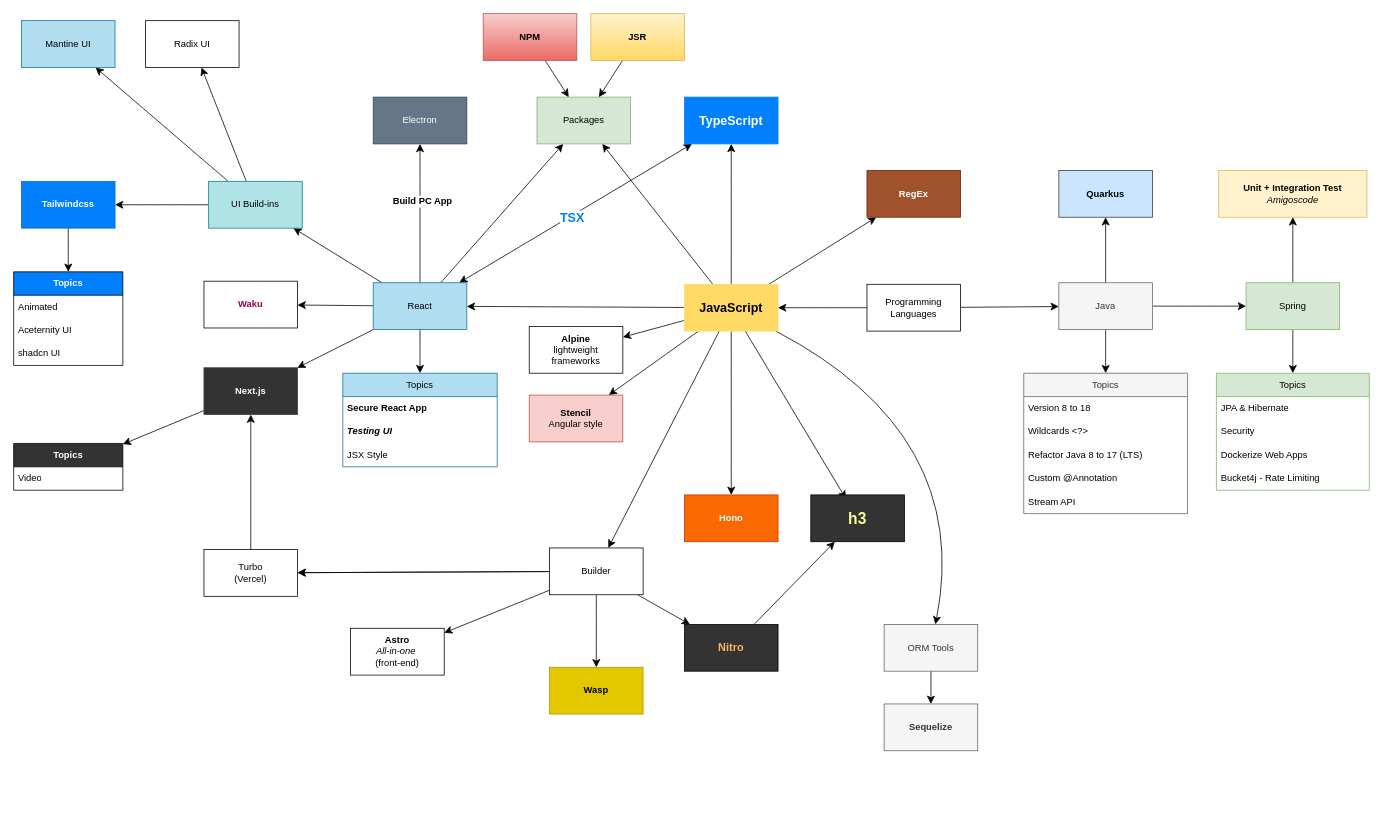
sunflynf/diagram-only keeps this draw.io diagram as page "Web tech" (1 of 5) of Link_Bookmarks.drawio. Above is the earlier version. Source tidied: cells renumbered, new cells numbered last; positions are measured from the earlier drawing's top-left corner, leaving out a move shared by most shapes. Both pictures are drawn from the tidied source at 78%, with x=0, y=0 at pixel (13, 13).
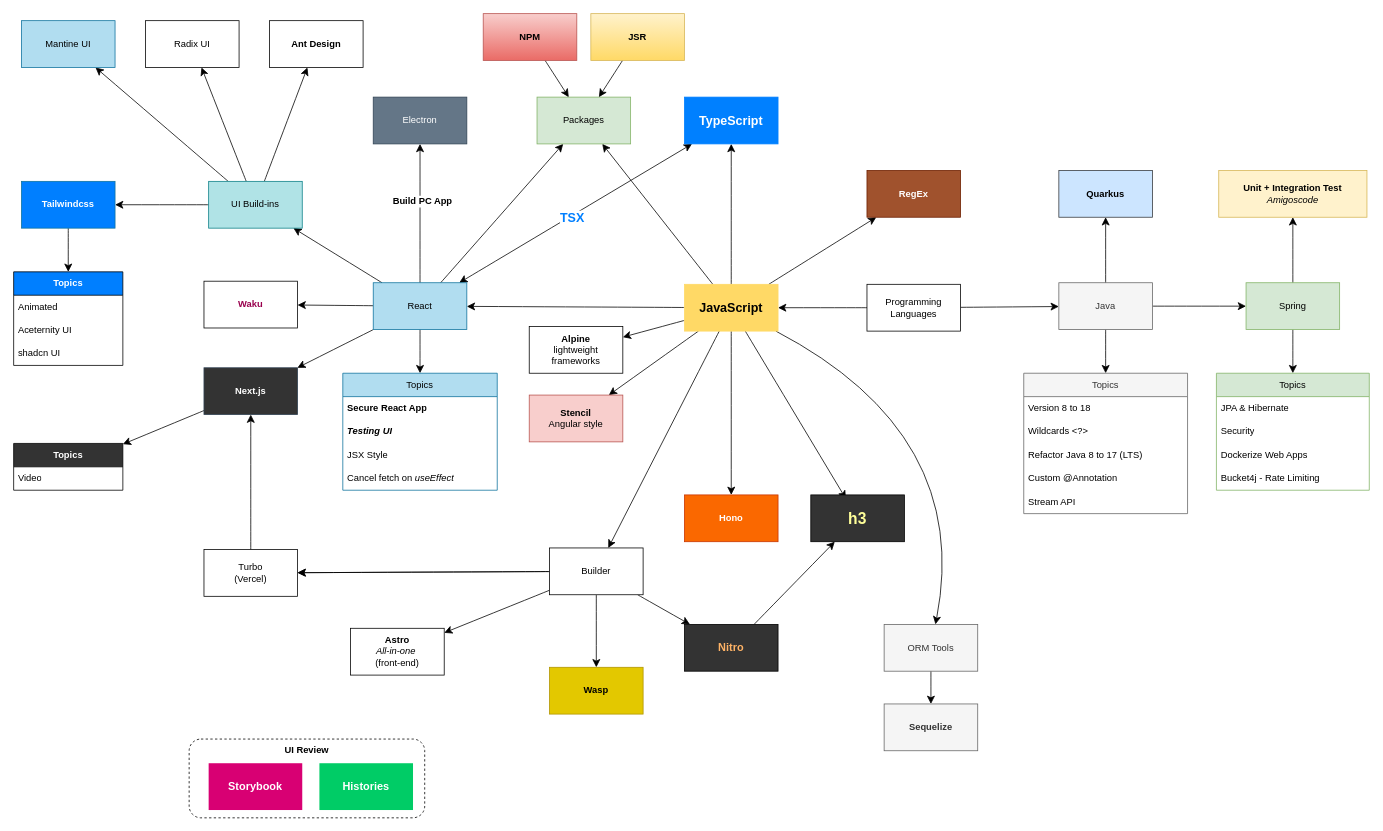
The same page after the edit.

Unchanged cells that the change refers to:
```xml
<mxCell id="50" value="UI Build-ins" style="whiteSpace=wrap;html=1;fillColor=#b0e3e6;strokeColor=#0e8088;" parent="1" vertex="1">
  <mxGeometry x="250" y="215" width="120" height="60" as="geometry" />
</mxCell>
```

What changed in the source:
```diff
@@
+    <mxCell id="94" value="UI Review" style="rounded=1;whiteSpace=wrap;html=1;dashed=1;verticalAlign=top;fontStyle=1;" parent="1" vertex="1">
+      <mxGeometry x="225" y="930" width="302" height="101" as="geometry" />
+    </mxCell>
@@
+    <mxCell id="95" style="edgeStyle=none;curved=1;rounded=0;jettySize=auto;html=1;fontSize=12;startSize=8;endSize=8;" parent="1" edge="1" source="50" target="99">
+      <mxGeometry relative="1" as="geometry" />
+    </mxCell>
@@
     <mxCell id="53" value="Topics" style="swimlane;fontStyle=0;horizontal=1;startSize=30;whiteSpace=wrap;html=1;fillColor=#b1ddf0;strokeColor=#10739e;" parent="1" vertex="1">
-      <mxGeometry x="422" y="461" width="198" height="120" as="geometry" />
+      <mxGeometry x="422" y="461" width="198" height="150" as="geometry" />
     </mxCell>
@@
+    <mxCell id="96" value="Cancel fetch on &lt;i&gt;useEffect&lt;/i&gt;" style="text;strokeColor=none;fillColor=none;align=left;verticalAlign=middle;spacingLeft=4;spacingRight=4;overflow=hidden;whiteSpace=wrap;html=1;" parent="53" vertex="1">
+      <mxGeometry y="120" width="198" height="30" as="geometry" />
+    </mxCell>
@@
+    <mxCell id="97" value="Histories" style="whiteSpace=wrap;html=1;fillColor=#00CC66;strokeColor=none;fontColor=#FFFFFF;fontStyle=1;fontSize=14;" parent="1" vertex="1">
+      <mxGeometry x="392" y="961" width="120" height="60" as="geometry" />
+    </mxCell>
+    <mxCell id="98" value="Storybook" style="whiteSpace=wrap;html=1;fillColor=#d80073;fontColor=#ffffff;strokeColor=none;fontStyle=1;fontSize=14;" parent="1" vertex="1">
+      <mxGeometry x="250" y="961" width="120" height="60" as="geometry" />
+    </mxCell>
+    <mxCell id="99" value="Ant Design" style="whiteSpace=wrap;html=1;fontStyle=1;" parent="1" vertex="1">
+      <mxGeometry x="328" y="9" width="120" height="60" as="geometry" />
+    </mxCell>
```
